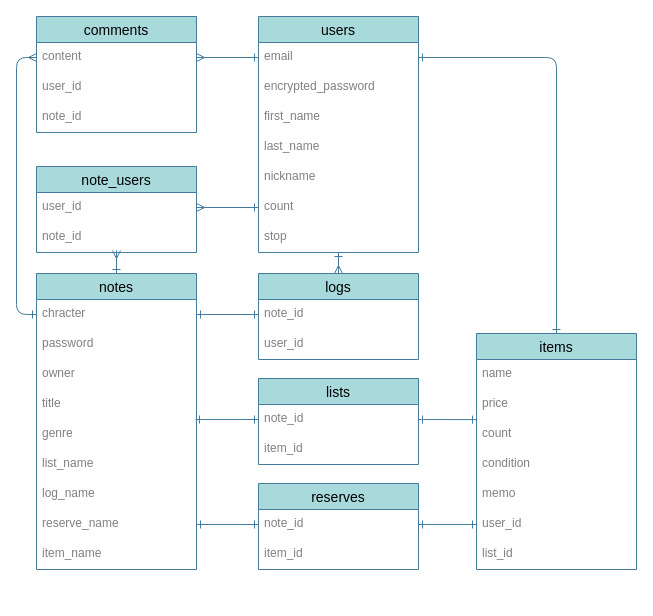
Before: ER.dio in saraya103/bager, a draw.io diagram. Source tidied: cells renumbered, new cells numbered last; positions are measured from the earlier drawing's top-left corner, leaving out a move shared by most shapes. Both pictures are drawn from the tidied source at 100%, with x=0, y=0 at pixel (36, 16).
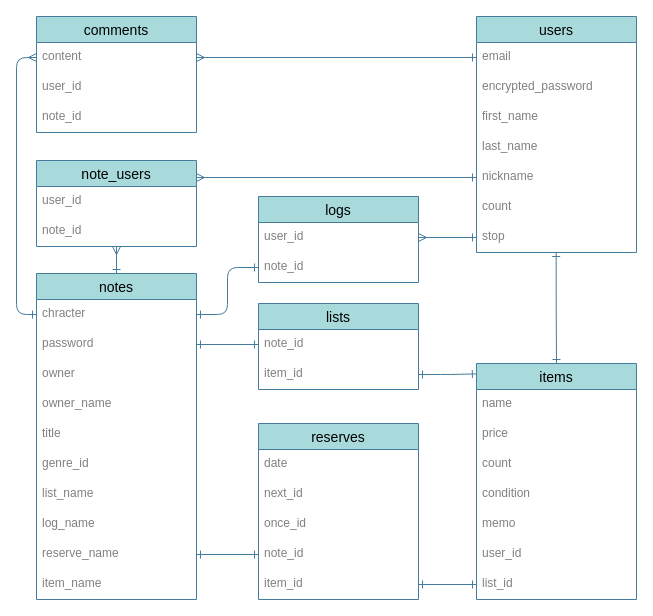
Above is the later version.

Commit message (it also covers changes not shown here):
README&ERmap update(assosiation fixed)

The change refers to these unchanged cells:
```xml
<mxCell id="3" value="user_id" style="text;strokeColor=none;fillColor=none;spacingLeft=4;spacingRight=4;overflow=hidden;points=[[0,0.5],[1,0.5]];portConstraint=eastwest;fontSize=12;fontColor=#808080;" parent="2" vertex="1">
  <mxGeometry y="26" width="160" height="30" as="geometry" />
</mxCell>
<mxCell id="4" value="note_id" style="text;strokeColor=none;fillColor=none;spacingLeft=4;spacingRight=4;overflow=hidden;points=[[0,0.5],[1,0.5]];portConstraint=eastwest;fontSize=12;fontColor=#808080;" parent="2" vertex="1">
  <mxGeometry y="56" width="160" height="30" as="geometry" />
</mxCell>
<mxCell id="7" value="chracter" style="text;strokeColor=none;fillColor=none;spacingLeft=4;spacingRight=4;overflow=hidden;points=[[0,0.5],[1,0.5]];portConstraint=eastwest;fontSize=12;fontColor=#808080;" parent="6" vertex="1">
  <mxGeometry y="26" width="160" height="30" as="geometry" />
</mxCell>
<mxCell id="17" value="note_id" style="text;strokeColor=none;fillColor=none;spacingLeft=4;spacingRight=4;overflow=hidden;points=[[0,0.5],[1,0.5]];portConstraint=eastwest;fontSize=12;fontColor=#808080;" parent="16" vertex="1">
  <mxGeometry y="26" width="160" height="30" as="geometry" />
</mxCell>
<mxCell id="18" value="item_id" style="text;strokeColor=none;fillColor=none;spacingLeft=4;spacingRight=4;overflow=hidden;points=[[0,0.5],[1,0.5]];portConstraint=eastwest;fontSize=12;fontColor=#808080;" parent="16" vertex="1">
  <mxGeometry y="56" width="160" height="30" as="geometry" />
</mxCell>
<mxCell id="25" value="count" style="text;strokeColor=none;fillColor=none;spacingLeft=4;spacingRight=4;overflow=hidden;points=[[0,0.5],[1,0.5]];portConstraint=eastwest;fontSize=12;fontColor=#808080;" parent="22" vertex="1">
  <mxGeometry y="86" width="160" height="30" as="geometry" />
</mxCell>
<mxCell id="28" value="user_id" style="text;strokeColor=none;fillColor=none;spacingLeft=4;spacingRight=4;overflow=hidden;points=[[0,0.5],[1,0.5]];portConstraint=eastwest;fontSize=12;fontColor=#808080;" parent="22" vertex="1">
  <mxGeometry y="176" width="160" height="30" as="geometry" />
</mxCell>
<mxCell id="29" value="list_id" style="text;strokeColor=none;fillColor=none;spacingLeft=4;spacingRight=4;overflow=hidden;points=[[0,0.5],[1,0.5]];portConstraint=eastwest;fontSize=12;fontColor=#808080;" parent="22" vertex="1">
  <mxGeometry y="206" width="160" height="30" as="geometry" />
</mxCell>
<mxCell id="35" value="email" style="text;strokeColor=none;fillColor=none;spacingLeft=4;spacingRight=4;overflow=hidden;points=[[0,0.5],[1,0.5]];portConstraint=eastwest;fontSize=12;fontColor=#808080;" parent="34" vertex="1">
  <mxGeometry y="26" width="160" height="30" as="geometry" />
</mxCell>
<mxCell id="39" value="nickname" style="text;strokeColor=none;fillColor=none;spacingLeft=4;spacingRight=4;overflow=hidden;points=[[0,0.5],[1,0.5]];portConstraint=eastwest;fontSize=12;fontColor=#808080;" parent="34" vertex="1">
  <mxGeometry y="146" width="160" height="30" as="geometry" />
</mxCell>
<mxCell id="40" value="count" style="text;strokeColor=none;fillColor=none;spacingLeft=4;spacingRight=4;overflow=hidden;points=[[0,0.5],[1,0.5]];portConstraint=eastwest;fontSize=12;fontColor=#808080;" parent="34" vertex="1">
  <mxGeometry y="176" width="160" height="30" as="geometry" />
</mxCell>
<mxCell id="41" value="stop" style="text;strokeColor=none;fillColor=none;spacingLeft=4;spacingRight=4;overflow=hidden;points=[[0,0.5],[1,0.5]];portConstraint=eastwest;fontSize=12;fontColor=#808080;" parent="34" vertex="1">
  <mxGeometry y="206" width="160" height="30" as="geometry" />
</mxCell>
```

The edit, as a diff of the source:
```diff
@@
     <mxCell id="2" value="note_users" style="swimlane;fontStyle=0;horizontal=1;startSize=26;align=center;fontSize=14;rounded=0;sketch=0;strokeColor=#457B9D;fillColor=#A8DADC;fontColor=#000000;" parent="1" vertex="1">
-      <mxGeometry y="150" width="160" height="86" as="geometry" />
+      <mxGeometry y="144" width="160" height="86" as="geometry" />
     </mxCell>
@@
-    <mxCell id="5" style="edgeStyle=orthogonalEdgeStyle;curved=0;rounded=1;sketch=0;jettySize=auto;html=1;exitX=0.5;exitY=0;exitDx=0;exitDy=0;entryX=0.5;entryY=0.933;entryDx=0;entryDy=0;entryPerimeter=0;strokeColor=#457B9D;fillColor=#A8DADC;fontColor=#808080;endArrow=ERmany;endFill=0;startArrow=ERone;startFill=0;" parent="1" edge="1" source="6" target="4">
+    <mxCell id="5" style="edgeStyle=orthogonalEdgeStyle;curved=0;rounded=1;sketch=0;jettySize=auto;html=1;exitX=0.5;exitY=0;exitDx=0;exitDy=0;strokeColor=#457B9D;fillColor=#A8DADC;fontColor=#808080;endArrow=ERmany;endFill=0;startArrow=ERone;startFill=0;entryX=0.5;entryY=1;entryDx=0;entryDy=0;" parent="1" edge="1" source="6" target="2">
       <mxGeometry relative="1" as="geometry" />
     </mxCell>
     <mxCell id="6" value="notes" style="swimlane;fontStyle=0;horizontal=1;startSize=26;align=center;fontSize=14;rounded=0;sketch=0;strokeColor=#457B9D;fillColor=#A8DADC;fontColor=#000000;" parent="1" vertex="1">
-      <mxGeometry y="257" width="160" height="296" as="geometry" />
+      <mxGeometry y="257" width="160" height="326" as="geometry" />
     </mxCell>
@@
+    <mxCell id="55" value="owner_name" style="text;strokeColor=none;fillColor=none;spacingLeft=4;spacingRight=4;overflow=hidden;fontSize=12;fontColor=#808080;" parent="6" vertex="1">
+      <mxGeometry y="116" width="160" height="30" as="geometry" />
+    </mxCell>
     <mxCell id="10" value="title" style="text;strokeColor=none;fillColor=none;spacingLeft=4;spacingRight=4;overflow=hidden;fontSize=12;fontColor=#808080;" parent="6" vertex="1">
-      <mxGeometry y="116" width="160" height="30" as="geometry" />
+      <mxGeometry y="146" width="160" height="30" as="geometry" />
     </mxCell>
-    <mxCell id="11" value="genre" style="text;strokeColor=none;fillColor=none;spacingLeft=4;spacingRight=4;overflow=hidden;fontSize=12;fontColor=#808080;" parent="6" vertex="1">
-      <mxGeometry y="146" width="160" height="30" as="geometry" />
+    <mxCell id="11" value="genre_id" style="text;strokeColor=none;fillColor=none;spacingLeft=4;spacingRight=4;overflow=hidden;fontSize=12;fontColor=#808080;" parent="6" vertex="1">
+      <mxGeometry y="176" width="160" height="30" as="geometry" />
     </mxCell>
     <mxCell id="12" value="list_name" style="text;strokeColor=none;fillColor=none;spacingLeft=4;spacingRight=4;overflow=hidden;fontSize=12;fontColor=#808080;" parent="6" vertex="1">
-      <mxGeometry y="176" width="160" height="30" as="geometry" />
+      <mxGeometry y="206" width="160" height="30" as="geometry" />
     </mxCell>
     <mxCell id="13" value="log_name" style="text;strokeColor=none;fillColor=none;spacingLeft=4;spacingRight=4;overflow=hidden;fontSize=12;fontColor=#808080;" parent="6" vertex="1">
-      <mxGeometry y="206" width="160" height="30" as="geometry" />
+      <mxGeometry y="236" width="160" height="30" as="geometry" />
     </mxCell>
     <mxCell id="14" value="reserve_name" style="text;strokeColor=none;fillColor=none;spacingLeft=4;spacingRight=4;overflow=hidden;points=[[0,0.5],[1,0.5]];portConstraint=eastwest;fontSize=12;fontColor=#808080;" parent="6" vertex="1">
-      <mxGeometry y="236" width="160" height="30" as="geometry" />
+      <mxGeometry y="266" width="160" height="30" as="geometry" />
     </mxCell>
     <mxCell id="15" value="item_name" style="text;strokeColor=none;fillColor=none;spacingLeft=4;spacingRight=4;overflow=hidden;fontSize=12;fontColor=#808080;" parent="6" vertex="1">
-      <mxGeometry y="266" width="160" height="30" as="geometry" />
+      <mxGeometry y="296" width="160" height="30" as="geometry" />
     </mxCell>
     <mxCell id="16" value="lists" style="swimlane;fontStyle=0;horizontal=1;startSize=26;align=center;fontSize=14;rounded=0;sketch=0;strokeColor=#457B9D;fillColor=#A8DADC;fontColor=#000000;" parent="1" vertex="1">
-      <mxGeometry x="222" y="362" width="160" height="86" as="geometry" />
+      <mxGeometry x="222" y="287" width="160" height="86" as="geometry" />
     </mxCell>
@@
     <mxCell id="19" value="logs" style="swimlane;fontStyle=0;horizontal=1;startSize=26;align=center;fontSize=14;rounded=0;sketch=0;strokeColor=#457B9D;fillColor=#A8DADC;fontColor=#000000;" parent="1" vertex="1">
-      <mxGeometry x="222" y="257" width="160" height="86" as="geometry" />
+      <mxGeometry x="222" y="180" width="160" height="86" as="geometry" />
     </mxCell>
-    <mxCell id="20" value="note_id" style="text;strokeColor=none;fillColor=none;spacingLeft=4;spacingRight=4;overflow=hidden;points=[[0,0.5],[1,0.5]];portConstraint=eastwest;fontSize=12;fontColor=#808080;" parent="19" vertex="1">
+    <mxCell id="20" value="user_id" style="text;strokeColor=none;fillColor=none;spacingLeft=4;spacingRight=4;overflow=hidden;points=[[0,0.5],[1,0.5]];portConstraint=eastwest;fontSize=12;fontColor=#808080;" parent="19" vertex="1">
       <mxGeometry y="26" width="160" height="30" as="geometry" />
     </mxCell>
-    <mxCell id="21" value="user_id" style="text;strokeColor=none;fillColor=none;spacingLeft=4;spacingRight=4;overflow=hidden;points=[[0,0.5],[1,0.5]];portConstraint=eastwest;fontSize=12;fontColor=#808080;" parent="19" vertex="1">
+    <mxCell id="21" value="note_id" style="text;strokeColor=none;fillColor=none;spacingLeft=4;spacingRight=4;overflow=hidden;points=[[0,0.5],[1,0.5]];portConstraint=eastwest;fontSize=12;fontColor=#808080;" parent="19" vertex="1">
       <mxGeometry y="56" width="160" height="30" as="geometry" />
     </mxCell>
     <mxCell id="22" value="items" style="swimlane;fontStyle=0;horizontal=1;startSize=26;align=center;fontSize=14;rounded=0;sketch=0;strokeColor=#457B9D;fillColor=#A8DADC;fontColor=#000000;" parent="1" vertex="1">
-      <mxGeometry x="440" y="317" width="160" height="236" as="geometry" />
+      <mxGeometry x="440" y="347" width="160" height="236" as="geometry" />
     </mxCell>
@@
-    <mxCell id="30" style="edgeStyle=orthogonalEdgeStyle;curved=0;rounded=1;sketch=0;jettySize=auto;html=1;exitX=0.5;exitY=0;exitDx=0;exitDy=0;endArrow=ERone;endFill=0;strokeColor=#457B9D;fillColor=#A8DADC;fontColor=#808080;startArrow=ERmany;startFill=0;entryX=0.5;entryY=1;entryDx=0;entryDy=0;" parent="1" edge="1" source="19" target="34">
+    <mxCell id="30" style="edgeStyle=orthogonalEdgeStyle;curved=0;rounded=1;sketch=0;jettySize=auto;html=1;exitX=1;exitY=0.5;exitDx=0;exitDy=0;endArrow=ERone;endFill=0;strokeColor=#457B9D;fillColor=#A8DADC;fontColor=#808080;startArrow=ERmany;startFill=0;entryX=0;entryY=0.5;entryDx=0;entryDy=0;" parent="1" edge="1" source="20" target="41">
       <mxGeometry relative="1" as="geometry" />
     </mxCell>
     <mxCell id="31" value="reserves" style="swimlane;fontStyle=0;horizontal=1;startSize=26;align=center;fontSize=14;rounded=0;sketch=0;strokeColor=#457B9D;fillColor=#A8DADC;fontColor=#000000;" parent="1" vertex="1">
-      <mxGeometry x="222" y="467" width="160" height="86" as="geometry" />
+      <mxGeometry x="222" y="407" width="160" height="176" as="geometry" />
     </mxCell>
+    <mxCell id="56" value="date" style="text;strokeColor=none;fillColor=none;spacingLeft=4;spacingRight=4;overflow=hidden;fontSize=12;fontColor=#808080;" parent="31" vertex="1">
+      <mxGeometry y="26" width="160" height="30" as="geometry" />
+    </mxCell>
+    <mxCell id="57" value="next_id" style="text;strokeColor=none;fillColor=none;spacingLeft=4;spacingRight=4;overflow=hidden;fontSize=12;fontColor=#808080;" parent="31" vertex="1">
+      <mxGeometry y="56" width="160" height="30" as="geometry" />
+    </mxCell>
+    <mxCell id="58" value="once_id" style="text;strokeColor=none;fillColor=none;spacingLeft=4;spacingRight=4;overflow=hidden;fontSize=12;fontColor=#808080;" parent="31" vertex="1">
+      <mxGeometry y="86" width="160" height="30" as="geometry" />
+    </mxCell>
     <mxCell id="32" value="note_id" style="text;strokeColor=none;fillColor=none;spacingLeft=4;spacingRight=4;overflow=hidden;points=[[0,0.5],[1,0.5]];portConstraint=eastwest;fontSize=12;fontColor=#808080;" parent="31" vertex="1">
-      <mxGeometry y="26" width="160" height="30" as="geometry" />
+      <mxGeometry y="116" width="160" height="30" as="geometry" />
     </mxCell>
     <mxCell id="33" value="item_id" style="text;strokeColor=none;fillColor=none;spacingLeft=4;spacingRight=4;overflow=hidden;points=[[0,0.5],[1,0.5]];portConstraint=eastwest;fontSize=12;fontColor=#808080;" parent="31" vertex="1">
-      <mxGeometry y="56" width="160" height="30" as="geometry" />
+      <mxGeometry y="146" width="160" height="30" as="geometry" />
     </mxCell>
     <mxCell id="34" value="users" style="swimlane;fontStyle=0;horizontal=1;startSize=26;align=center;fontSize=14;rounded=0;sketch=0;strokeColor=#457B9D;fillColor=#A8DADC;fontColor=#000000;" parent="1" vertex="1">
-      <mxGeometry x="222" width="160" height="236" as="geometry" />
+      <mxGeometry x="440" width="160" height="236" as="geometry" />
     </mxCell>
@@
-    <mxCell id="46" style="edgeStyle=orthogonalEdgeStyle;curved=0;rounded=1;sketch=0;jettySize=auto;html=1;exitX=1;exitY=0.5;exitDx=0;exitDy=0;entryX=0.5;entryY=0;entryDx=0;entryDy=0;startArrow=ERone;startFill=0;endArrow=ERone;endFill=0;strokeColor=#457B9D;fillColor=#A8DADC;fontColor=#808080;" parent="1" edge="1" source="35" target="22">
+    <mxCell id="46" style="edgeStyle=orthogonalEdgeStyle;curved=0;rounded=1;sketch=0;jettySize=auto;html=1;entryX=0.5;entryY=0;entryDx=0;entryDy=0;startArrow=ERone;startFill=0;endArrow=ERone;endFill=0;strokeColor=#457B9D;fillColor=#A8DADC;fontColor=#808080;exitX=0.498;exitY=1;exitDx=0;exitDy=0;exitPerimeter=0;" parent="1" edge="1" source="41" target="22">
       <mxGeometry relative="1" as="geometry" />
     </mxCell>
-    <mxCell id="47" style="edgeStyle=orthogonalEdgeStyle;curved=0;rounded=1;sketch=0;jettySize=auto;html=1;exitX=1;exitY=0.5;exitDx=0;exitDy=0;entryX=0;entryY=0.5;entryDx=0;entryDy=0;startArrow=ERone;startFill=0;endArrow=ERone;endFill=0;strokeColor=#457B9D;fillColor=#A8DADC;fontColor=#808080;" parent="1" edge="1" source="32" target="28">
+    <mxCell id="47" style="edgeStyle=orthogonalEdgeStyle;curved=0;rounded=1;sketch=0;jettySize=auto;html=1;exitX=1;exitY=0.5;exitDx=0;exitDy=0;entryX=0;entryY=0.5;entryDx=0;entryDy=0;startArrow=ERone;startFill=0;endArrow=ERone;endFill=0;strokeColor=#457B9D;fillColor=#A8DADC;fontColor=#808080;" parent="1" edge="1" source="33" target="29">
       <mxGeometry relative="1" as="geometry" />
     </mxCell>
-    <mxCell id="48" style="edgeStyle=orthogonalEdgeStyle;curved=0;rounded=1;sketch=0;jettySize=auto;html=1;exitX=1;exitY=0.5;exitDx=0;exitDy=0;startArrow=ERone;startFill=0;endArrow=ERone;endFill=0;strokeColor=#457B9D;fillColor=#A8DADC;fontColor=#808080;entryX=0;entryY=0.005;entryDx=0;entryDy=0;entryPerimeter=0;" parent="1" edge="1" source="17" target="25">
+    <mxCell id="48" style="edgeStyle=orthogonalEdgeStyle;curved=0;rounded=1;sketch=0;jettySize=auto;html=1;startArrow=ERone;startFill=0;endArrow=ERone;endFill=0;strokeColor=#457B9D;fillColor=#A8DADC;fontColor=#808080;exitX=1;exitY=0.5;exitDx=0;exitDy=0;entryX=-0.001;entryY=0.044;entryDx=0;entryDy=0;entryPerimeter=0;" parent="1" edge="1" source="18" target="22">
       <mxGeometry relative="1" as="geometry">
         <Array as="points">
-          <mxPoint x="388" y="403" />
+          <mxPoint x="414" y="357" />
         </Array>
       </mxGeometry>
     </mxCell>
@@
-    <mxCell id="50" style="edgeStyle=orthogonalEdgeStyle;curved=0;rounded=1;sketch=0;jettySize=auto;html=1;exitX=0;exitY=0.5;exitDx=0;exitDy=0;startArrow=ERone;startFill=0;endArrow=ERone;endFill=0;strokeColor=#457B9D;fillColor=#A8DADC;fontColor=#808080;" parent="1" edge="1" source="17">
+    <mxCell id="50" style="edgeStyle=orthogonalEdgeStyle;curved=0;rounded=1;sketch=0;jettySize=auto;html=1;startArrow=ERone;startFill=0;endArrow=ERone;endFill=0;strokeColor=#457B9D;fillColor=#A8DADC;fontColor=#808080;exitX=0;exitY=0.5;exitDx=0;exitDy=0;" parent="1" edge="1" source="17">
       <mxGeometry relative="1" as="geometry">
-        <mxPoint x="159" y="403" as="targetPoint" />
-        <Array as="points">
-          <mxPoint x="192" y="403" />
-        </Array>
+        <mxPoint x="160" y="328" as="targetPoint" />
       </mxGeometry>
     </mxCell>
-    <mxCell id="51" style="edgeStyle=orthogonalEdgeStyle;curved=0;rounded=1;sketch=0;jettySize=auto;html=1;exitX=0;exitY=0.5;exitDx=0;exitDy=0;entryX=1;entryY=0.5;entryDx=0;entryDy=0;startArrow=ERone;startFill=0;endArrow=ERone;endFill=0;strokeColor=#457B9D;fillColor=#A8DADC;fontColor=#808080;" parent="1" edge="1" source="20" target="7">
-      <mxGeometry relative="1" as="geometry" />
+    <mxCell id="51" style="edgeStyle=orthogonalEdgeStyle;curved=0;rounded=1;sketch=0;jettySize=auto;html=1;entryX=1;entryY=0.5;entryDx=0;entryDy=0;startArrow=ERone;startFill=0;endArrow=ERone;endFill=0;strokeColor=#457B9D;fillColor=#A8DADC;fontColor=#808080;exitX=0;exitY=0.5;exitDx=0;exitDy=0;" parent="1" edge="1" source="21" target="7">
+      <mxGeometry relative="1" as="geometry">
+        <Array as="points">
+          <mxPoint x="191" y="251" />
+          <mxPoint x="191" y="298" />
+        </Array>
+      </mxGeometry>
     </mxCell>
-    <mxCell id="52" style="edgeStyle=orthogonalEdgeStyle;curved=0;rounded=1;sketch=0;jettySize=auto;html=1;exitX=1;exitY=0.5;exitDx=0;exitDy=0;entryX=0;entryY=0.5;entryDx=0;entryDy=0;startArrow=ERmany;startFill=0;endArrow=ERone;endFill=0;strokeColor=#457B9D;fillColor=#A8DADC;fontColor=#808080;" parent="1" edge="1" source="3" target="40">
+    <mxCell id="52" style="edgeStyle=orthogonalEdgeStyle;curved=0;rounded=1;sketch=0;jettySize=auto;html=1;entryX=0;entryY=0.5;entryDx=0;entryDy=0;startArrow=ERmany;startFill=0;endArrow=ERone;endFill=0;strokeColor=#457B9D;fillColor=#A8DADC;fontColor=#808080;exitX=0.999;exitY=0.198;exitDx=0;exitDy=0;exitPerimeter=0;" parent="1" edge="1" source="2" target="39">
       <mxGeometry relative="1" as="geometry" />
     </mxCell>
```
